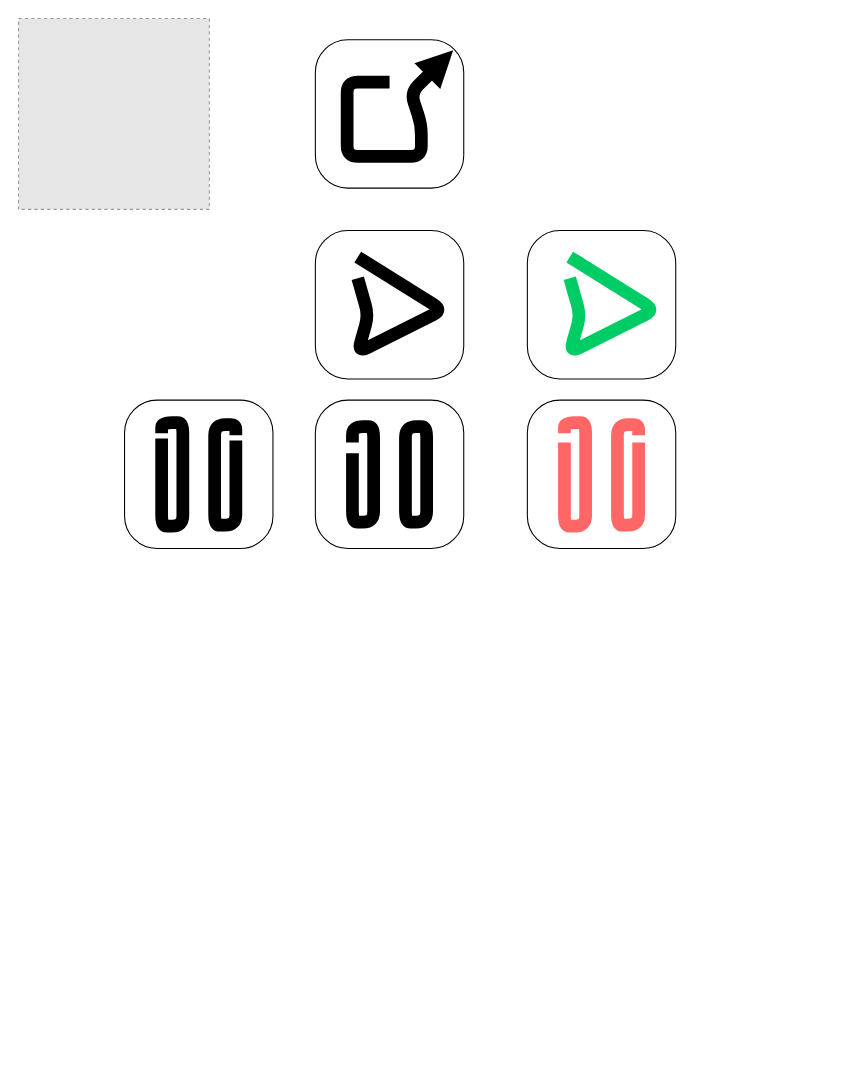
Earlier version of the draw.io diagram assets/icons.drawio (foxsi/GSE-FOXSI-4). Source tidied: cells renumbered, new cells numbered last; positions are measured from the earlier drawing's top-left corner, leaving out a move shared by most shapes. Both pictures are drawn from the tidied source at 106%, with x=0, y=0 at pixel (18, 18). Pictures stored in the file or linked from it are replaced by grey dashed boxes.
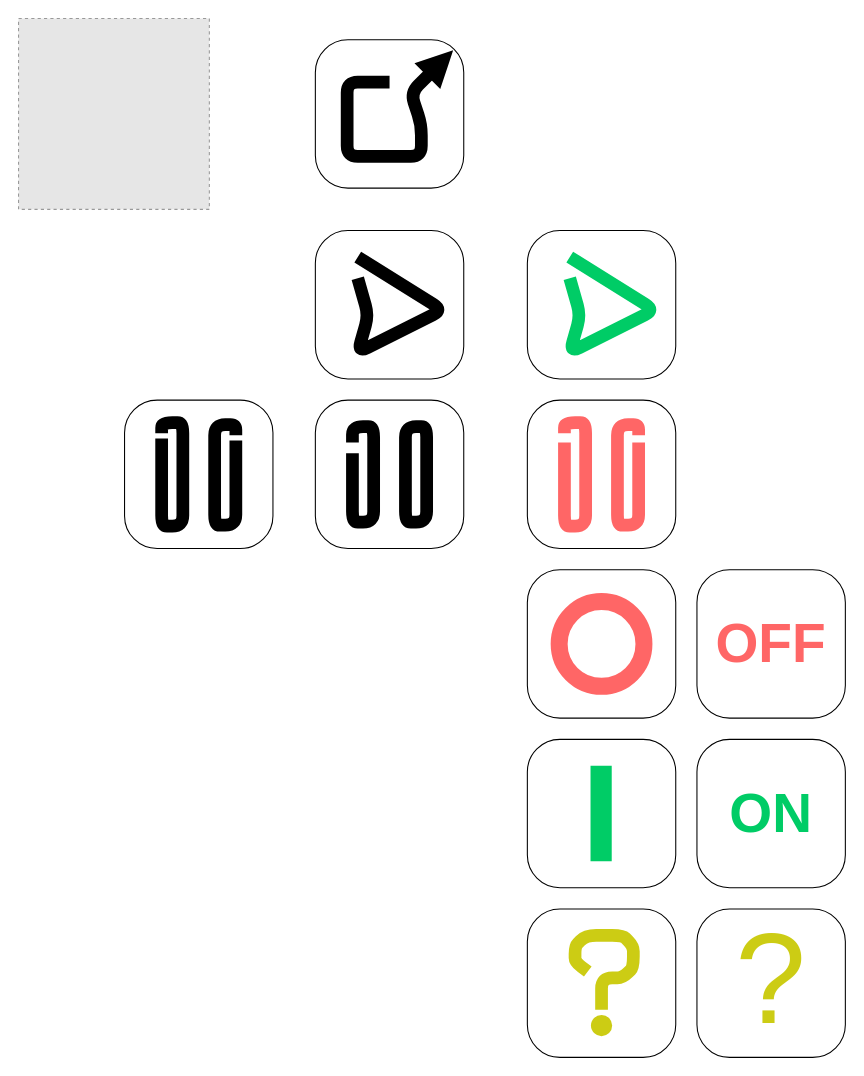
After the change.

What changed in the source:
```diff
@@
+    <mxCell id="18" style="rounded=1;whiteSpace=wrap;html=1;fontSize=16;arcSize=22;strokeColor=default;" parent="1" vertex="1">
+      <mxGeometry x="480" y="520" width="140" height="140" as="geometry" />
+    </mxCell>
+    <mxCell id="19" style="ellipse;whiteSpace=wrap;html=1;fontSize=16;fillColor=none;strokeWidth=16;strokeColor=#FF6666;" parent="1" vertex="1">
+      <mxGeometry x="510" y="550" width="80" height="80" as="geometry" />
+    </mxCell>
+    <mxCell id="20" style="rounded=1;whiteSpace=wrap;html=1;fontSize=16;arcSize=22;strokeColor=default;" parent="1" vertex="1">
+      <mxGeometry x="480" y="680" width="140" height="140" as="geometry" />
+    </mxCell>
+    <mxCell id="21" style="endArrow=none;html=1;strokeColor=#00CC66;strokeWidth=20;fontSize=12;startSize=3;endSize=6;rounded=1;" parent="1" edge="1">
+      <mxGeometry relative="1" as="geometry">
+        <mxPoint x="549.6" y="795" as="sourcePoint" />
+        <mxPoint x="549.6" y="705" as="targetPoint" />
+        <Array as="points">
+          <mxPoint x="549.6" y="795" />
+          <mxPoint x="549.6" y="755" />
+        </Array>
+      </mxGeometry>
+    </mxCell>
+    <mxCell id="22" style="rounded=1;whiteSpace=wrap;html=1;fontSize=16;arcSize=22;strokeColor=default;" parent="1" vertex="1">
+      <mxGeometry x="480" y="840" width="140" height="140" as="geometry" />
+    </mxCell>
+    <mxCell id="23" style="endArrow=none;html=1;strokeColor=#CCCC14;strokeWidth=12;fontSize=12;startSize=3;endSize=6;rounded=1;" parent="1" edge="1">
+      <mxGeometry relative="1" as="geometry">
+        <mxPoint x="550" y="935" as="sourcePoint" />
+        <mxPoint x="537" y="899" as="targetPoint" />
+        <Array as="points">
+          <mxPoint x="550" y="905" />
+          <mxPoint x="570" y="905" />
+          <mxPoint x="580" y="895" />
+          <mxPoint x="580" y="875" />
+          <mxPoint x="570" y="865" />
+          <mxPoint x="535" y="865" />
+          <mxPoint x="525" y="875" />
+          <mxPoint x="525" y="890" />
+        </Array>
+      </mxGeometry>
+    </mxCell>
+    <mxCell id="24" style="ellipse;whiteSpace=wrap;html=1;fontSize=16;fillColor=#CCCC14;strokeWidth=12;strokeColor=none;" parent="1" vertex="1">
+      <mxGeometry x="540" y="940" width="20" height="20" as="geometry" />
+    </mxCell>
+    <mxCell id="25" style="rounded=1;whiteSpace=wrap;html=1;fontSize=16;arcSize=22;strokeColor=default;" parent="1" vertex="1">
+      <mxGeometry x="640" y="520" width="140" height="140" as="geometry" />
+    </mxCell>
+    <mxCell id="26" style="rounded=1;whiteSpace=wrap;html=1;fontSize=16;arcSize=22;strokeColor=default;" parent="1" vertex="1">
+      <mxGeometry x="640" y="680" width="140" height="140" as="geometry" />
+    </mxCell>
+    <mxCell id="27" style="rounded=1;whiteSpace=wrap;html=1;fontSize=16;arcSize=22;strokeColor=default;" parent="1" vertex="1">
+      <mxGeometry x="640" y="840" width="140" height="140" as="geometry" />
+    </mxCell>
+    <mxCell id="28" value="OFF" style="text;html=1;strokeColor=none;fillColor=none;align=center;verticalAlign=middle;whiteSpace=wrap;rounded=0;fontSize=52;fontFamily=Spot Mono;fontColor=#FF6666;fontStyle=1;" parent="1" vertex="1">
+      <mxGeometry x="650" y="560" width="120" height="60" as="geometry" />
+    </mxCell>
+    <mxCell id="29" value="&lt;font color=&quot;#00cc66&quot; style=&quot;font-size: 52px;&quot;&gt;ON&lt;/font&gt;" style="text;html=1;strokeColor=none;fillColor=none;align=center;verticalAlign=middle;whiteSpace=wrap;rounded=0;fontSize=52;fontFamily=Spot Mono;fontColor=#FF6666;fontStyle=1;" parent="1" vertex="1">
+      <mxGeometry x="650" y="720" width="120" height="60" as="geometry" />
+    </mxCell>
+    <mxCell id="30" value="?" style="text;html=1;strokeColor=none;fillColor=none;align=center;verticalAlign=middle;whiteSpace=wrap;rounded=0;fontSize=120;fontFamily=Spot Mono;fontColor=#CCCC14;fontStyle=0;" parent="1" vertex="1">
+      <mxGeometry x="650" y="850" width="120" height="110" as="geometry" />
+    </mxCell>
```
